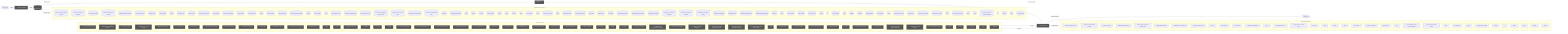
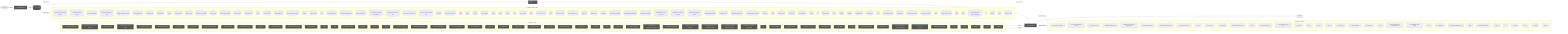
flowchart LR
  UserQ(["👤 User Query"])
  Embed["📐 Embedding Model"]
  VecDB[("📚 Vector Store")]
  Retriever["🔍 Retriever"]
  LLMNode["🧠 LLM / Generator"]
  Output(["✅ Response"])
  UserQ -->|query| Embed
  Embed -->|vector| VecDB
  VecDB -->|top-k chunks| Retriever
  Retriever -->|context + query| LLMNode
  LLMNode -->|generated answer| Output
  subgraph DetectedMemory["Detected memory stores"]
    det_detectedmemory_check_steering_feedback_contract_80134459[("check-steering-feedback-contract")]
    det_detectedmemory_normalize_workflow_contracts_8701f1c8[("normalize-workflow-contracts")]
    det_detectedmemory_sync_codex_preflight_7e7a8dc2[("sync-codex-preflight")]
    det_detectedmemory_test_harness_upgrade_matrix_84113c4e[("test-harness-upgrade-matrix")]
    det_detectedmemory_validate_workflow_contracts_33dc063c[("validate-workflow-contracts")]
    det_detectedmemory_branch_protect_core_a8feb0fd[("branch-protect-core")]
    det_detectedmemory_ci_migrate_core_7005b5af[("ci-migrate-core")]
    det_detectedmemory_context_health_80bb7da9[("context-health")]
    det_detectedmemory_context_ea7792a2[("context")]
    det_detectedmemory_docs_gate_core_eb9b6c18[("docs-gate-core")]
    det_detectedmemory_index_context_de3ed39d[("index-context")]
    det_detectedmemory_local_memory_preflight_dcc36c42[("local-memory-preflight")]
    det_detectedmemory_memory_gate_a577a506[("memory-gate")]
    det_detectedmemory_pattern_scope_siblings_43abe000[("pattern-scope-siblings")]
    det_detectedmemory_review_context_ca6cf81d[("review-context")]
    det_detectedmemory_review_gate_core_4c8001f9[("review-gate-core")]
    det_detectedmemory_search_24193290[("search")]
    det_detectedmemory_session_context_e5ec72c0[("session-context")]
    det_detectedmemory_tooling_audit_core_328d6a41[("tooling-audit-core")]
    det_detectedmemory_run_local_memory_preflight_36e92808[("run-local-memory-preflight")]
    det_detectedmemory_checker_d2d2328e[("checker")]
    det_detectedmemory_context_health_1_ceb11829[("context-health")]
    det_detectedmemory_types_2_d9bc6e7a[("types")]
    det_detectedmemory_branch_protect_sync_570adb18[("branch-protect-sync")]
    det_detectedmemory_command_capability_rules_ca3f496a[("command-capability-rules")]
    det_detectedmemory_command_specs_core_1c0ffc99[("command-specs-core")]
    det_detectedmemory_local_memory_preflight_command_spec_9e23f3ce[("local-memory-preflight-command-spec")]
    det_detectedmemory_memory_gate_command_spec_dc9001a9[("memory-gate-command-spec")]
    det_detectedmemory_review_gate_command_spec_3187376a[("review-gate-command-spec")]
    det_detectedmemory_session_context_command_spec_973afbb1[("session-context-command-spec")]
    det_detectedmemory_constants_7517017f[("constants")]
    det_detectedmemory_context_compact_policy_3dcaf95d[("context-compact-policy")]
    det_detectedmemory_index_2_10143590[("index")]
    det_detectedmemory_indexer_70fa78e5[("indexer")]
    det_detectedmemory_init_error_5c7dd49f[("init-error")]
    det_detectedmemory_lexical_fallback_723e2b3e[("lexical-fallback")]
    det_detectedmemory_ollama_76e3c7bf[("ollama")]
    det_detectedmemory_rollout_a4fa034c[("rollout")]
    det_detectedmemory_sources_878a52fc[("sources")]
    det_detectedmemory_store_824d80d7[("store")]
    det_detectedmemory_sync_contract_c79fa191[("sync-contract")]
    det_detectedmemory_types_7_2f1ed65e[("types")]
    det_detectedmemory_harness_run_context_ac7c77a9[("harness-run-context")]
    det_detectedmemory_index_3_7e40d474[("index")]
    det_detectedmemory_json_schema_core_96d7e328[("json-schema-core")]
    det_detectedmemory_policy_validators_core_714a3fe7[("policy-validators-core")]
    det_detectedmemory_types_core_e405ddca[("types-core")]
    det_detectedmemory_validator_core_4358f8ba[("validator-core")]
    det_detectedmemory_init_modes_c05ceb07[("init-modes")]
    det_detectedmemory_project_brain_templates_7ef51530[("project-brain-templates")]
    det_detectedmemory_scaffold_diagram_templates_dd88e83c[("scaffold-diagram-templates")]
    det_detectedmemory_scaffold_doc_templates_f6152330[("scaffold-doc-templates")]
    det_detectedmemory_scaffold_environment_templates_c1ceba6a[("scaffold-environment-templates")]
    det_detectedmemory_scaffold_root_command_templates_404fed7f[("scaffold-root-command-templates")]
    det_detectedmemory_scaffold_script_template_registry_69312d4e[("scaffold-script-template-registry")]
    det_detectedmemory_scaffold_shell_templates_0ad0f915[("scaffold-shell-templates")]
    det_detectedmemory_scaffold_surfaces_12d6494e[("scaffold-surfaces")]
    det_detectedmemory_scaffold_template_registry_b1cce2aa[("scaffold-template-registry")]
    det_detectedmemory_scaffold_workflow_template_92310587[("scaffold-workflow-template")]
    det_detectedmemory_eval_seed_5699fd3e[("eval-seed")]
    det_detectedmemory_index_8_6f0f20ec[("index")]
    det_detectedmemory_review_context_1_e3afed15[("review-context")]
    det_detectedmemory_memory_gate_1_265164ac[("memory-gate")]
    det_detectedmemory_branch_enforcer_acb749cd[("branch-enforcer")]
    det_detectedmemory_cli_args_5_09ea29f0[("cli-args")]
    det_detectedmemory_cli_6_eac72be2[("cli")]
    det_detectedmemory_metrics_tracker_98cec29c[("metrics-tracker")]
    det_detectedmemory_types_17_ed30531c[("types")]
    det_detectedmemory_validator_4_5180cf23[("validator")]
    det_detectedmemory_classifier_fe1991a9[("classifier")]
    det_detectedmemory_tooling_baseline_50ab2eeb[("tooling-baseline")]
    det_detectedmemory_claim_helpers_20dc8387[("claim-helpers")]
    det_detectedmemory_types_22_f3cf4a73[("types")]
    det_detectedmemory_local_memory_smoke_1175abfc[("local-memory-smoke")]
    det_detectedmemory_local_memory_0db17ecc[("local-memory")]
    det_detectedmemory_performance_overload_c685bfcf[("performance-overload")]
    det_detectedmemory_suggestion_generator_0956f794[("suggestion-generator")]
    det_detectedmemory_index_10_f6785a46[("index")]
    det_detectedmemory_prompt_context_receipt_17b862b2[("prompt-context-receipt")]
    det_detectedmemory_types_29_929d5a70[("types")]
    det_detectedmemory_policy_1_fc4198db[("policy")]
    det_detectedmemory_runtime_card_codex_runtime_validation_d8ce9934[("runtime-card-codex-runtime-validation")]
    det_detectedmemory_cli_11_338a8415[("cli")]
    det_detectedmemory_collector_0736fd5b[("collector")]
    det_detectedmemory_types_32_bfe791ff[("types")]
    det_detectedmemory_overload_guard_2748c559[("overload-guard")]
  end
  VecDB -. "implemented by" .-> DetectedMemory
  subgraph DetectedLLM["Detected LLM clients"]
    det_detectedllm_check_codex_agent_roles_5bb2e89b["check-codex-agent-roles"]
    det_detectedllm_check_steering_feedback_contract_80134459["check-steering-feedback-contract"]
    det_detectedllm_run_harness_evals_77704768["run-harness-evals"]
    det_detectedllm_validate_decision_request_2e5c325e["validate-decision-request"]
    det_detectedllm_validate_goal_completion_audit_receipt_100d252c["validate-goal-completion-audit-receipt"]
    det_detectedllm_validate_packaged_skill_5e32c890["validate-packaged-skill"]
    det_detectedllm_validate_reviewer_coverage_251efee3["validate-reviewer-coverage"]
    det_detectedllm_check_environment_core_2c16213f["check-environment-core"]
    det_detectedllm_context_ea7792a2["context"]
    det_detectedllm_index_context_de3ed39d["index-context"]
    det_detectedllm_prompt_gate_c5e9d207["prompt-gate"]
    det_detectedllm_remediate_runner_helpers_929fedcc["remediate-runner-helpers"]
    det_detectedllm_search_24193290["search"]
    det_detectedllm_command_specs_core_1c0ffc99["command-specs-core"]
    det_detectedllm_prompt_gate_command_spec_9a941482["prompt-gate-command-spec"]
    det_detectedllm_constants_7517017f["constants"]
    det_detectedllm_index_2_10143590["index"]
    det_detectedllm_indexer_70fa78e5["indexer"]
    det_detectedllm_ollama_76e3c7bf["ollama"]
    det_detectedllm_sync_contract_c79fa191["sync-contract"]
    det_detectedllm_north_star_validators_cfc926ce["north-star-validators"]
    det_detectedllm_hilt_boundary_9b36fb15["hilt-boundary"]
    det_detectedllm_types_9_1db4641f["types"]
    det_detectedllm_goal_completion_audit_receipt_validation_9d0f4891["goal-completion-audit-receipt-validation"]
    det_detectedllm_goal_completion_audit_receipt_5e4939c3["goal-completion-audit-receipt"]
    det_detectedllm_index_4_013aa0e3["index"]
    det_detectedllm_sensitive_text_7c11f760["sensitive-text"]
+     det_detectedllm_pr_template_validator_rules_20a32d6b["pr-template-validator-rules"]
    det_detectedllm_index_10_f6785a46["index"]
    det_detectedllm_prompt_context_receipt_17b862b2["prompt-context-receipt"]
    det_detectedllm_cli_args_9_9c136878["cli-args"]
    det_detectedllm_cli_10_35dc8cbd["cli"]
    det_detectedllm_sections_4697ef32["sections"]
    det_detectedllm_types_25_89d086aa["types"]
    det_detectedllm_validator_6_3688adbf["validator"]
    det_detectedllm_cli_args_10_861cdd3f["cli-args"]
  end
  LLMNode -. "implemented by" .-> DetectedLLM
  subgraph DetectedTools["Agentic tool calls"]
    det_detectedtools_check_codex_agent_roles_5bb2e89b["🔧 check-codex-agent-roles"]
    det_detectedtools_check_steering_feedback_contract_80134459["🔧 check-steering-feedback-contract"]
    det_detectedtools_run_harness_evals_77704768["🔧 run-harness-evals"]
    det_detectedtools_validate_action_review_receipt_fa2f06c3["🔧 validate-action-review-receipt"]
    det_detectedtools_validate_packaged_skill_5e32c890["🔧 validate-packaged-skill"]
+     det_detectedtools_validate_replay_packet_f309747e["🔧 validate-replay-packet"]
    det_detectedtools_ci_migrate_core_7005b5af["🔧 ci-migrate-core"]
    det_detectedtools_doctor_checks_5a2eb2b9["🔧 doctor-checks"]
    det_detectedtools_doctor_github_tool_checks_a53b0382["🔧 doctor-github-tool-checks"]
    det_detectedtools_doctor_tool_checks_4acac51a["🔧 doctor-tool-checks"]
    det_detectedtools_next_blocked_decisions_4140ad2b["🔧 next-blocked-decisions"]
    det_detectedtools_policy_gate_213f7313["🔧 policy-gate"]
    det_detectedtools_remediate_cli_output_cc165396["🔧 remediate-cli-output"]
    det_detectedtools_remediate_runner_helpers_929fedcc["🔧 remediate-runner-helpers"]
    det_detectedtools_review_gate_core_4c8001f9["🔧 review-gate-core"]
    det_detectedtools_index_1bc04b52["🔧 index"]
    det_detectedtools_types_1_4ecdf56e["🔧 types"]
    det_detectedtools_validation_constants_e002a0f6["🔧 validation-constants"]
    det_detectedtools_validation_98c41dcd["🔧 validation"]
    det_detectedtools_checker_d2d2328e["🔧 checker"]
    det_detectedtools_cli_args_1_6144b055["🔧 cli-args"]
    det_detectedtools_command_capabilities_a4d5c71e["🔧 command-capabilities"]
    det_detectedtools_command_capability_rules_ca3f496a["🔧 command-capability-rules"]
    det_detectedtools_linear_command_actions_e430f4f4["🔧 linear-command-actions"]
    det_detectedtools_linear_command_runner_4a740dfc["🔧 linear-command-runner"]
    det_detectedtools_policy_validators_core_714a3fe7["🔧 policy-validators-core"]
    det_detectedtools_types_core_e405ddca["🔧 types-core"]
    det_detectedtools_validator_core_4358f8ba["🔧 validator-core"]
    det_detectedtools_validator_helpers_7b927667["🔧 validator-helpers"]
    det_detectedtools_he_phase_exit_core_1148895b["🔧 he-phase-exit-core"]
    det_detectedtools_ralph_runtime_73d63c0e["🔧 ralph-runtime"]
    det_detectedtools_observed_skill_usage_ed7d5930["🔧 observed-skill-usage"]
    det_detectedtools_closure_evidence_aaa31467["🔧 closure-evidence"]
    det_detectedtools_pr_creator_dc6b1ea4["🔧 pr-creator"]
    det_detectedtools_client_948fe603["🔧 client"]
    det_detectedtools_init_output_360dce91["🔧 init-output"]
    det_detectedtools_scaffold_ci_templates_2afd6392["🔧 scaffold-ci-templates"]
    det_detectedtools_scaffold_codex_environment_templates_334fbbed["🔧 scaffold-codex-environment-templates"]
    det_detectedtools_scaffold_config_templates_4b80ce53["🔧 scaffold-config-templates"]
    det_detectedtools_scaffold_environment_templates_c1ceba6a["🔧 scaffold-environment-templates"]
    det_detectedtools_scaffold_github_actions_pr_pipeline_renderer_1ee18de5["🔧 scaffold-github-actions-pr-pipeline-renderer"]
    det_detectedtools_scaffold_github_actions_pr_pipeline_template_e2b85f62["🔧 scaffold-github-actions-pr-pipeline-template"]
    det_detectedtools_scaffold_release_private_npm_template_075499f8["🔧 scaffold-release-private-npm-template"]
    det_detectedtools_cli_6_eac72be2["🔧 cli"]
    det_detectedtools_metrics_tracker_98cec29c["🔧 metrics-tracker"]
    det_detectedtools_normalise_renderer_85f2e563["🔧 normalise-renderer"]
    det_detectedtools_evaluation_engine_core_e054fe49["🔧 evaluation-engine-core"]
    det_detectedtools_tooling_baseline_50ab2eeb["🔧 tooling-baseline"]
+     det_detectedtools_replay_packet_a1293f88["🔧 replay-packet"]
    det_detectedtools_index_11_ffcd5842["🔧 index"]
    det_detectedtools_review_lifecycle_contract_e5447221["🔧 review-lifecycle-contract"]
    det_detectedtools_review_lifecycle_89afa64c["🔧 review-lifecycle"]
    det_detectedtools_runtime_card_codex_runtime_validation_d8ce9934["🔧 runtime-card-codex-runtime-validation"]
    det_detectedtools_runtime_card_codex_runtime_0655e230["🔧 runtime-card-codex-runtime"]
    det_detectedtools_runtime_evidence_bundle_d471a232["🔧 runtime-evidence-bundle"]
    det_detectedtools_types_34_85e6a0bb["🔧 types"]
    det_detectedtools_index_14_d982116c["🔧 index"]
    det_detectedtools_projection_1b250ea1["🔧 projection"]
    det_detectedtools_types_36_674380ec["🔧 types"]
    det_detectedtools_validation_6_097a7ce3["🔧 validation"]
  end
  LLMNode -->|tool use| DetectedTools
  DetectedTools -->|result| LLMNode
  classDef memNode fill:#555,color:#fff
  class VecDB,Retriever memNode
  classDef llmNode fill:#555,color:#fff
  class LLMNode,Embed llmNode
  classDef toolNode fill:#555,color:#fff
-   class det_detectedtools_check_codex_agent_roles_5bb2e89b,det_detectedtools_check_steering_feedback_contract_80134459,det_detectedtools_run_harness_evals_77704768,det_detectedtools_validate_action_review_receipt_fa2f06c3,det_detectedtools_validate_packaged_skill_5e32c890,det_detectedtools_ci_migrate_core_7005b5af,det_detectedtools_doctor_checks_5a2eb2b9,det_detectedtools_doctor_github_tool_checks_a53b0382,det_detectedtools_doctor_tool_checks_4acac51a,det_detectedtools_next_blocked_decisions_4140ad2b,det_detectedtools_policy_gate_213f7313,det_detectedtools_remediate_cli_output_cc165396,det_detectedtools_remediate_runner_helpers_929fedcc,det_detectedtools_review_gate_core_4c8001f9,det_detectedtools_index_1bc04b52,det_detectedtools_types_1_4ecdf56e,det_detectedtools_validation_constants_e002a0f6,det_detectedtools_validation_98c41dcd,det_detectedtools_checker_d2d2328e,det_detectedtools_cli_args_1_6144b055,det_detectedtools_command_capabilities_a4d5c71e,det_detectedtools_command_capability_rules_ca3f496a,det_detectedtools_linear_command_actions_e430f4f4,det_detectedtools_linear_command_runner_4a740dfc,det_detectedtools_policy_validators_core_714a3fe7,det_detectedtools_types_core_e405ddca,det_detectedtools_validator_core_4358f8ba,det_detectedtools_validator_helpers_7b927667,det_detectedtools_he_phase_exit_core_1148895b,det_detectedtools_ralph_runtime_73d63c0e,det_detectedtools_observed_skill_usage_ed7d5930,det_detectedtools_closure_evidence_aaa31467,det_detectedtools_pr_creator_dc6b1ea4,det_detectedtools_client_948fe603,det_detectedtools_init_output_360dce91,det_detectedtools_scaffold_ci_templates_2afd6392,det_detectedtools_scaffold_codex_environment_templates_334fbbed,det_detectedtools_scaffold_config_templates_4b80ce53,det_detectedtools_scaffold_environment_templates_c1ceba6a,det_detectedtools_scaffold_github_actions_pr_pipeline_renderer_1ee18de5,det_detectedtools_scaffold_github_actions_pr_pipeline_template_e2b85f62,det_detectedtools_scaffold_release_private_npm_template_075499f8,det_detectedtools_cli_6_eac72be2,det_detectedtools_metrics_tracker_98cec29c,det_detectedtools_normalise_renderer_85f2e563,det_detectedtools_evaluation_engine_core_e054fe49,det_detectedtools_tooling_baseline_50ab2eeb,det_detectedtools_index_11_ffcd5842,det_detectedtools_review_lifecycle_contract_e5447221,det_detectedtools_review_lifecycle_89afa64c,det_detectedtools_runtime_card_codex_runtime_validation_d8ce9934,det_detectedtools_runtime_card_codex_runtime_0655e230,det_detectedtools_runtime_evidence_bundle_d471a232,det_detectedtools_types_34_85e6a0bb,det_detectedtools_index_14_d982116c,det_detectedtools_projection_1b250ea1,det_detectedtools_types_36_674380ec,det_detectedtools_validation_6_097a7ce3 toolNode
+   class det_detectedtools_check_codex_agent_roles_5bb2e89b,det_detectedtools_check_steering_feedback_contract_80134459,det_detectedtools_run_harness_evals_77704768,det_detectedtools_validate_action_review_receipt_fa2f06c3,det_detectedtools_validate_packaged_skill_5e32c890,det_detectedtools_validate_replay_packet_f309747e,det_detectedtools_ci_migrate_core_7005b5af,det_detectedtools_doctor_checks_5a2eb2b9,det_detectedtools_doctor_github_tool_checks_a53b0382,det_detectedtools_doctor_tool_checks_4acac51a,det_detectedtools_next_blocked_decisions_4140ad2b,det_detectedtools_policy_gate_213f7313,det_detectedtools_remediate_cli_output_cc165396,det_detectedtools_remediate_runner_helpers_929fedcc,det_detectedtools_review_gate_core_4c8001f9,det_detectedtools_index_1bc04b52,det_detectedtools_types_1_4ecdf56e,det_detectedtools_validation_constants_e002a0f6,det_detectedtools_validation_98c41dcd,det_detectedtools_checker_d2d2328e,det_detectedtools_cli_args_1_6144b055,det_detectedtools_command_capabilities_a4d5c71e,det_detectedtools_command_capability_rules_ca3f496a,det_detectedtools_linear_command_actions_e430f4f4,det_detectedtools_linear_command_runner_4a740dfc,det_detectedtools_policy_validators_core_714a3fe7,det_detectedtools_types_core_e405ddca,det_detectedtools_validator_core_4358f8ba,det_detectedtools_validator_helpers_7b927667,det_detectedtools_he_phase_exit_core_1148895b,det_detectedtools_ralph_runtime_73d63c0e,det_detectedtools_observed_skill_usage_ed7d5930,det_detectedtools_closure_evidence_aaa31467,det_detectedtools_pr_creator_dc6b1ea4,det_detectedtools_client_948fe603,det_detectedtools_init_output_360dce91,det_detectedtools_scaffold_ci_templates_2afd6392,det_detectedtools_scaffold_codex_environment_templates_334fbbed,det_detectedtools_scaffold_config_templates_4b80ce53,det_detectedtools_scaffold_environment_templates_c1ceba6a,det_detectedtools_scaffold_github_actions_pr_pipeline_renderer_1ee18de5,det_detectedtools_scaffold_github_actions_pr_pipeline_template_e2b85f62,det_detectedtools_scaffold_release_private_npm_template_075499f8,det_detectedtools_cli_6_eac72be2,det_detectedtools_metrics_tracker_98cec29c,det_detectedtools_normalise_renderer_85f2e563,det_detectedtools_evaluation_engine_core_e054fe49,det_detectedtools_tooling_baseline_50ab2eeb,det_detectedtools_replay_packet_a1293f88,det_detectedtools_index_11_ffcd5842,det_detectedtools_review_lifecycle_contract_e5447221,det_detectedtools_review_lifecycle_89afa64c,det_detectedtools_runtime_card_codex_runtime_validation_d8ce9934,det_detectedtools_runtime_card_codex_runtime_0655e230,det_detectedtools_runtime_evidence_bundle_d471a232,det_detectedtools_types_34_85e6a0bb,det_detectedtools_index_14_d982116c,det_detectedtools_projection_1b250ea1,det_detectedtools_types_36_674380ec,det_detectedtools_validation_6_097a7ce3 toolNode
